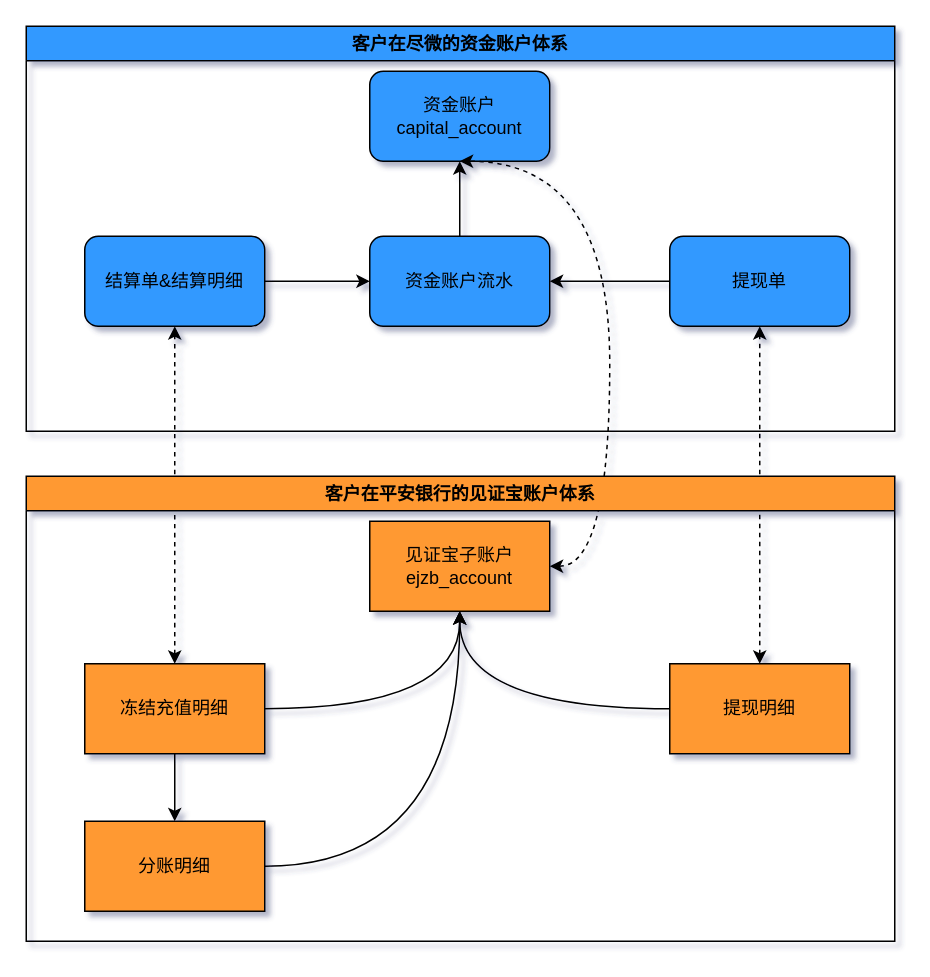
catface996/images keeps this draw.io diagram as 财务支付-资金账户体系.drawio. Above is the earlier version. Source tidied: cells renumbered, new cells numbered last; positions are measured from the earlier drawing's top-left corner, leaving out a move shared by most shapes. Both pictures are drawn from the tidied source at 150%, with x=0, y=0 at pixel (26, 26).
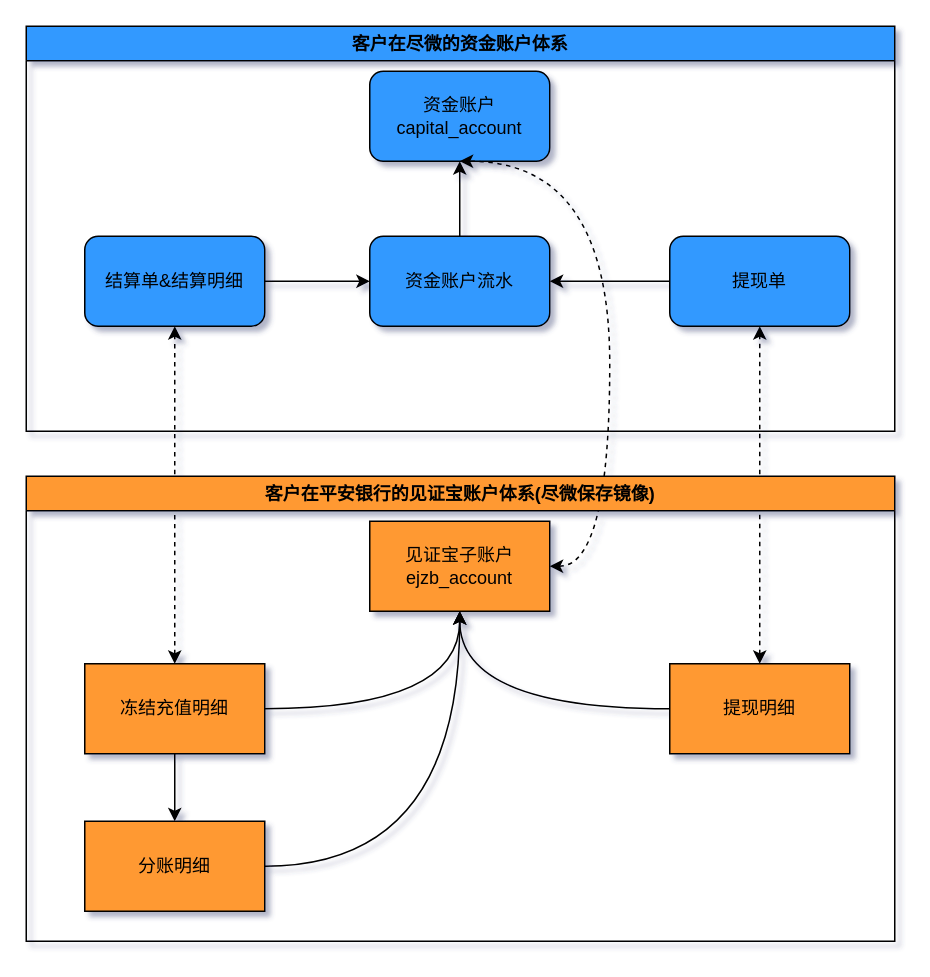
The same page after the edit.

Commit message (it also covers changes not shown here):
更新财务支付-资金账户体系.drawio

The edit, as a diff of the source:
```diff
@@
-    <mxCell id="21" value="客户在平安银行的见证宝账户体系" style="swimlane;fillColor=#FF9933;" parent="1" vertex="1">
+    <mxCell id="21" value="客户在平安银行的见证宝账户体系(尽微保存镜像)" style="swimlane;fillColor=#FF9933;" parent="1" vertex="1">
       <mxGeometry y="300" width="579" height="310" as="geometry" />
     </mxCell>
```
